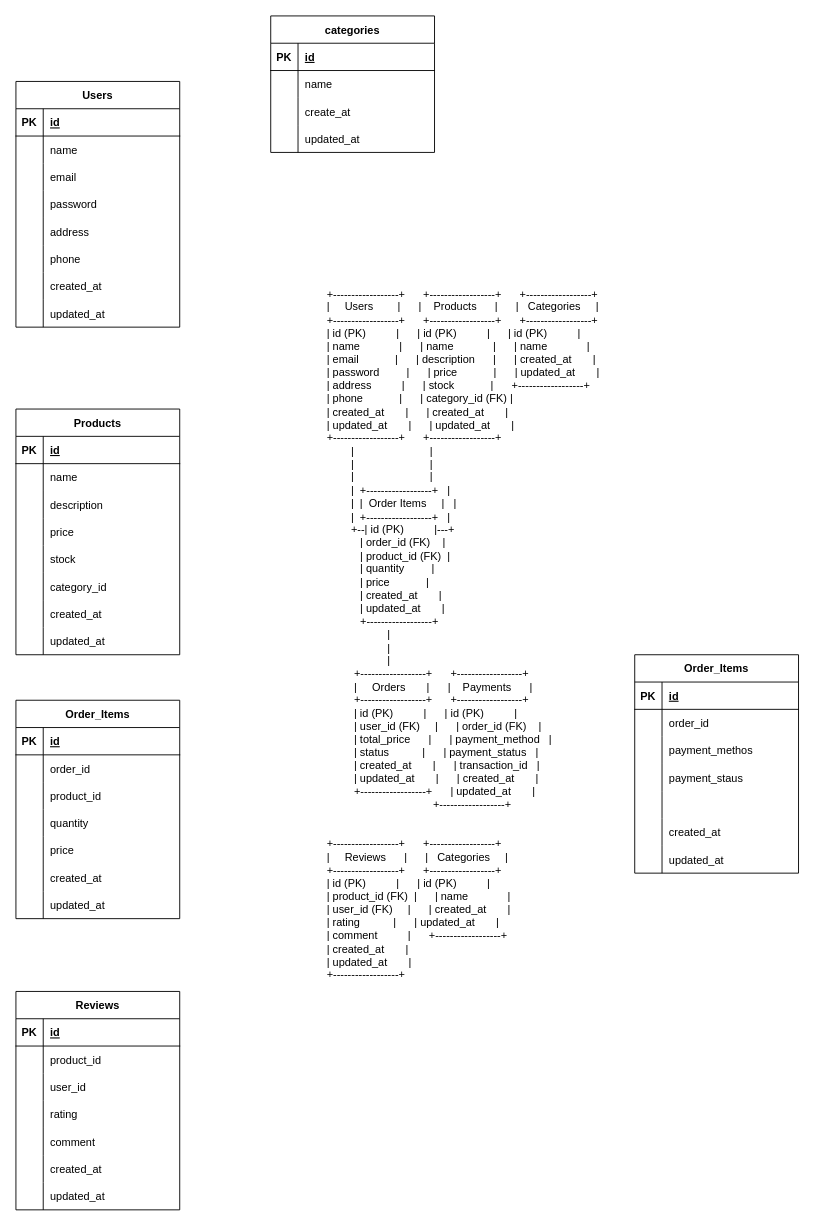
This is architecture/db.drawio from ISAWASHUN/laravel-ec-site, a draw.io file, before an edit. Source tidied: cells renumbered, new cells numbered last; positions are measured from the earlier drawing's top-left corner, leaving out a move shared by most shapes. Both pictures are drawn from the tidied source at 91%, with x=0, y=0 at pixel (15, 15).
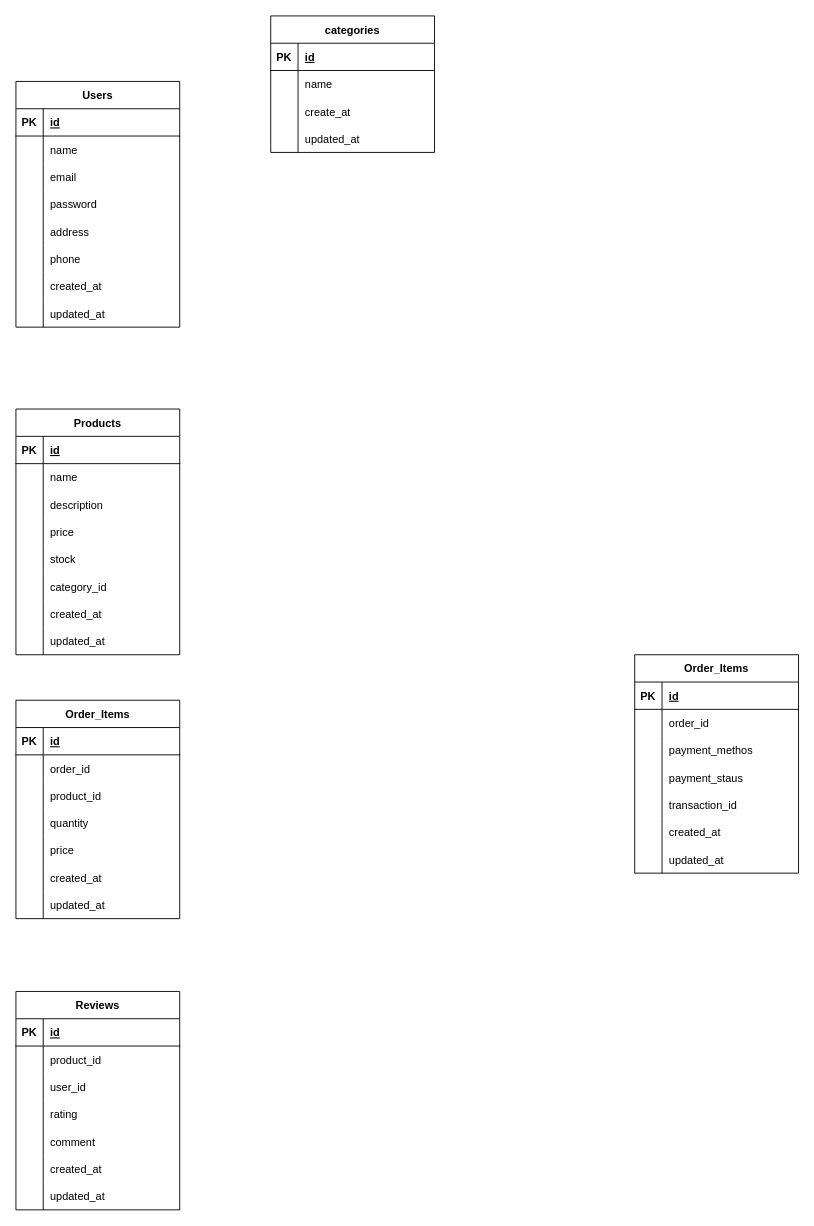
The same page after the edit.

Commit message:
テーブルの削除

Unchanged cells that the change refers to:
```xml
<mxCell id="123" style="shape=tableRow;horizontal=0;startSize=0;swimlaneHead=0;swimlaneBody=0;fillColor=none;top=0;left=0;right=0;bottom=0;" parent="110" vertex="1">
  <mxGeometry y="150" width="180" height="30" as="geometry" />
</mxCell>
```

The edit, as a diff of the source:
```diff
@@
-    <mxCell id="2" value="+------------------+      +------------------+      +------------------+&#10;|     Users        |      |    Products      |      |   Categories     |&#10;+------------------+      +------------------+      +------------------+&#10;| id (PK)          |      | id (PK)          |      | id (PK)          |&#10;| name             |      | name             |      | name             |&#10;| email            |      | description      |      | created_at       |&#10;| password         |      | price            |      | updated_at       |&#10;| address          |      | stock            |      +------------------+&#10;| phone            |      | category_id (FK) |&#10;| created_at       |      | created_at       |&#10;| updated_at       |      | updated_at       |&#10;+------------------+      +------------------+&#10;        |                         |&#10;        |                         |&#10;        |                         |&#10;        |  +------------------+   |&#10;        |  |  Order Items     |   |&#10;        |  +------------------+   |&#10;        +--| id (PK)          |---+&#10;           | order_id (FK)    |&#10;           | product_id (FK)  |&#10;           | quantity         |&#10;           | price            |&#10;           | created_at       |&#10;           | updated_at       |&#10;           +------------------+&#10;                    |&#10;                    |&#10;                    |&#10;         +------------------+      +------------------+&#10;         |     Orders       |      |    Payments      |&#10;         +------------------+      +------------------+&#10;         | id (PK)          |      | id (PK)          |&#10;         | user_id (FK)     |      | order_id (FK)    |&#10;         | total_price      |      | payment_method   |&#10;         | status           |      | payment_status   |&#10;         | created_at       |      | transaction_id   |&#10;         | updated_at       |      | created_at       |&#10;         +------------------+      | updated_at       |&#10;                                   +------------------+&#10;&#10;&#10;+------------------+      +------------------+&#10;|     Reviews      |      |   Categories     |&#10;+------------------+      +------------------+&#10;| id (PK)          |      | id (PK)          |&#10;| product_id (FK)  |      | name             |&#10;| user_id (FK)     |      | created_at       |&#10;| rating           |      | updated_at       |&#10;| comment          |      +------------------+&#10;| created_at       |&#10;| updated_at       |&#10;+------------------+" style="text;whiteSpace=wrap;html=1;" parent="1" vertex="1">
-      <mxGeometry x="340" y="292" width="330" height="790" as="geometry" />
-    </mxCell>
@@
-    <mxCell id="125" style="shape=partialRectangle;fillColor=none;top=0;left=0;bottom=0;right=0;align=left;spacingLeft=6;overflow=hidden;" parent="123" vertex="1">
+    <mxCell id="125" value="transaction_id" style="shape=partialRectangle;fillColor=none;top=0;left=0;bottom=0;right=0;align=left;spacingLeft=6;overflow=hidden;" parent="123" vertex="1">
       <mxGeometry x="30" width="150" height="30" as="geometry" />
     </mxCell>
```
